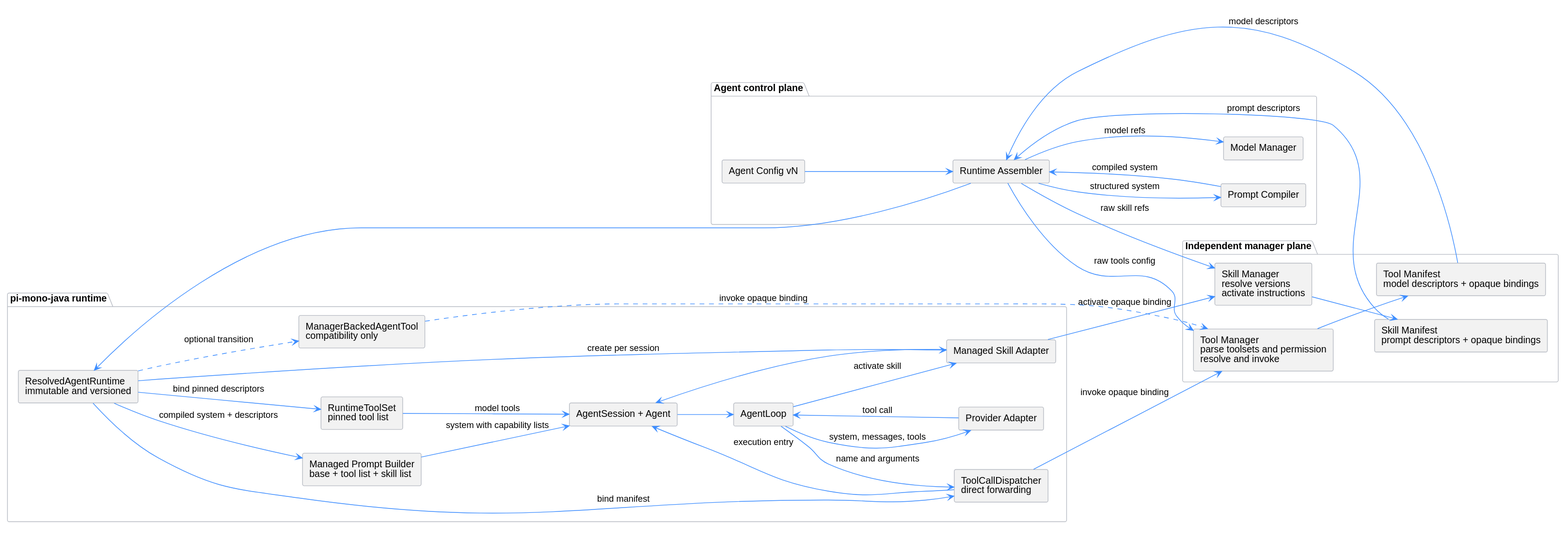
The PlantUML diagram managed-agent-session/external_tool_manager_architecture.svg in superheromeZzh/pi-mono-java-design, before a commit.
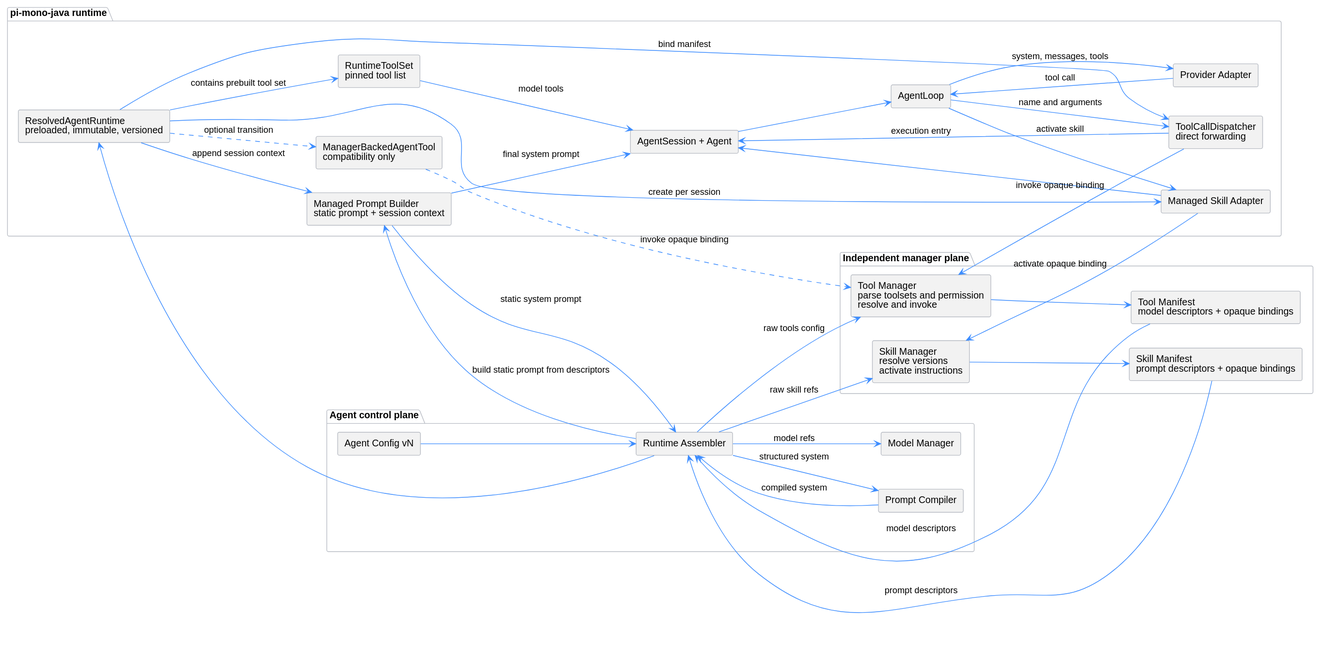
The same diagram one commit later.

Commit message:
docs: require eager agent runtime bootstrap

Change to the diagram source:
```diff
@@ -25,11 +25,11 @@
 }
 
 package "pi-mono-java runtime" {
-  rectangle "ResolvedAgentRuntime\nimmutable and versioned" as Runtime
+  rectangle "ResolvedAgentRuntime\npreloaded, immutable, versioned" as Runtime
   rectangle "RuntimeToolSet\npinned tool list" as ToolSet
   rectangle "ToolCallDispatcher\ndirect forwarding" as Dispatcher
   rectangle "Managed Skill Adapter" as SkillAdapter
-  rectangle "Managed Prompt Builder\nbase + tool list + skill list" as ManagedPrompt
+  rectangle "Managed Prompt Builder\nstatic prompt + session context" as ManagedPrompt
   rectangle "AgentSession + Agent" as Session
   rectangle "AgentLoop" as Loop
   rectangle "Provider Adapter" as ProviderAdapter
@@ -46,12 +46,14 @@
 ToolManifest --> Assembler: model descriptors
 SkillManifest --> Assembler: prompt descriptors
 Prompt --> Assembler: compiled system
+Assembler --> ManagedPrompt: build static prompt from descriptors
+ManagedPrompt --> Assembler: static system prompt
 Assembler --> Runtime
-Runtime --> ToolSet: bind pinned descriptors
+Runtime --> ToolSet: contains prebuilt tool set
 Runtime --> Dispatcher: bind manifest
 Runtime --> SkillAdapter: create per session
-Runtime --> ManagedPrompt: compiled system + descriptors
-ManagedPrompt --> Session: system with capability lists
+Runtime --> ManagedPrompt: append session context
+ManagedPrompt --> Session: final system prompt
 ToolSet --> Session: model tools
 Dispatcher --> Session: execution entry
 SkillAdapter --> Session
```
